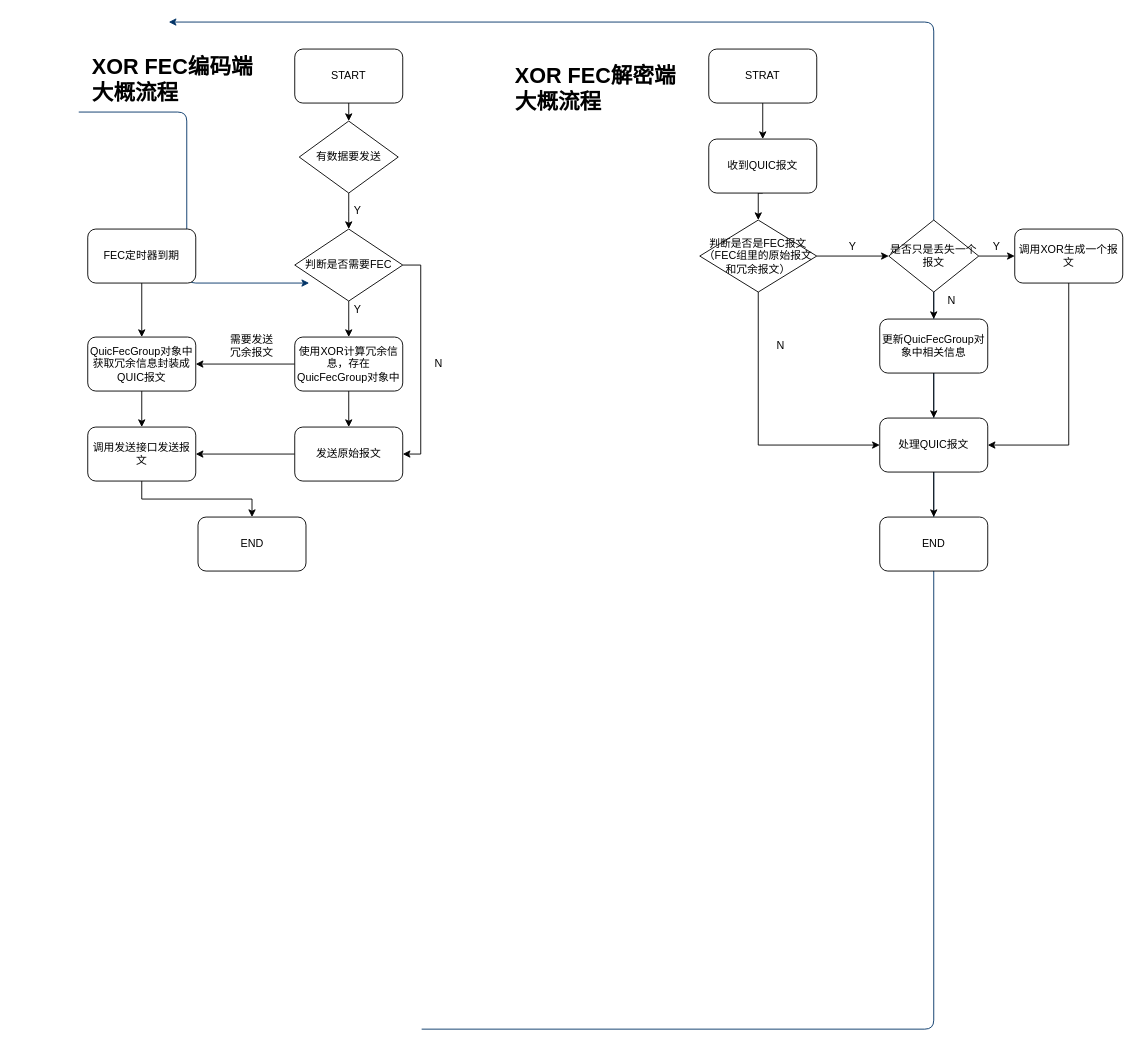
Earlier version of the draw.io diagram Untitled Diagram.drawio (chenjianjian/C-). Source tidied: cells renumbered, new cells numbered last; positions are measured from the earlier drawing's top-left corner, leaving out a move shared by most shapes. Both pictures are drawn from the tidied source at 90%, with x=0, y=0 at pixel (78, 22).
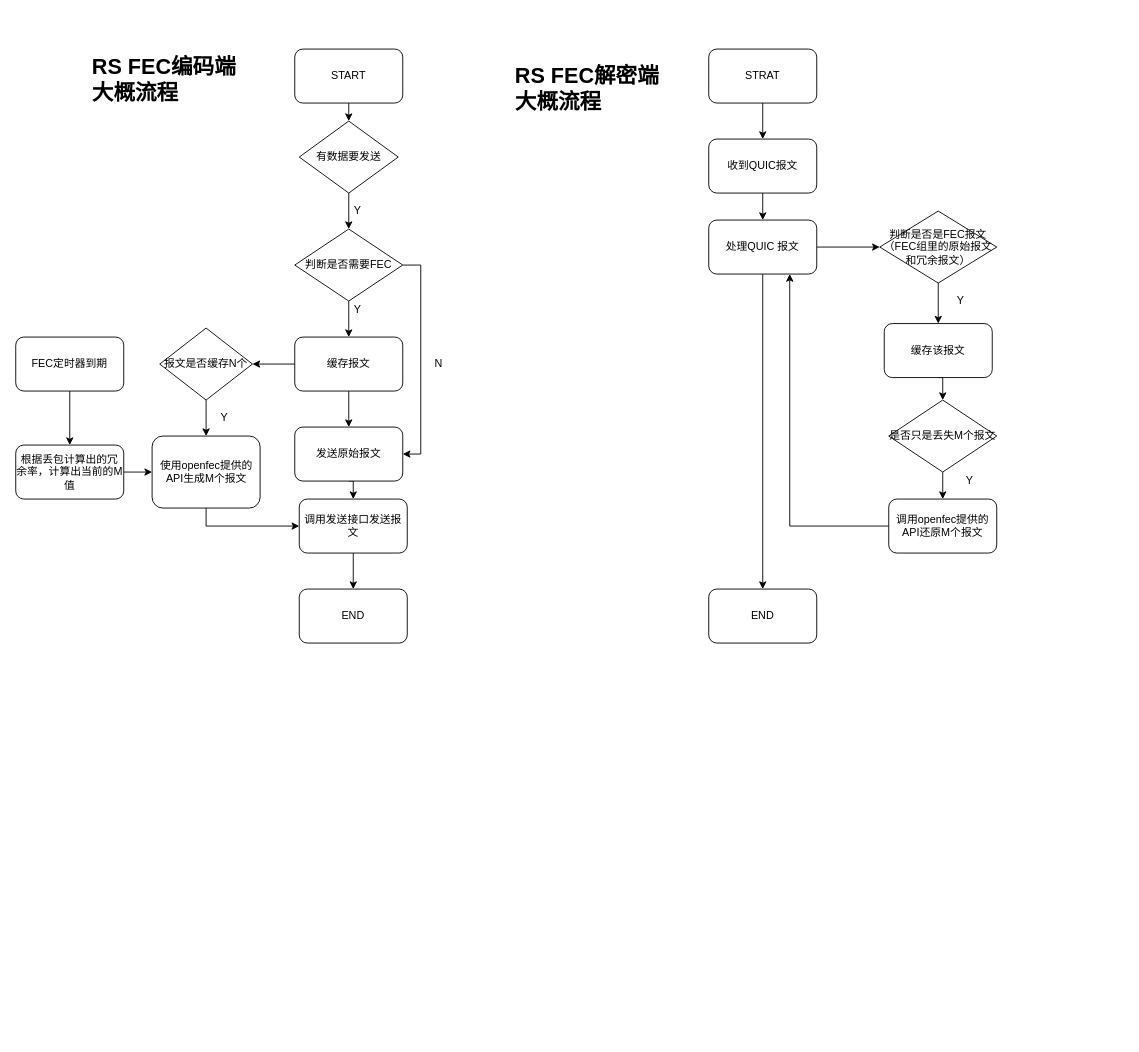
The same diagram, later.

Unchanged cells that the change refers to:
```xml
<mxCell id="17" value="发送原始报文" style="rounded=1;whiteSpace=wrap;html=1;" parent="1" vertex="1">
  <mxGeometry x="240" y="450" width="120" height="60" as="geometry" />
</mxCell>
<mxCell id="31" value="收到QUIC报文" style="rounded=1;whiteSpace=wrap;html=1;" parent="1" vertex="1">
  <mxGeometry x="700" y="130" width="120" height="60" as="geometry" />
</mxCell>
```

Diff of the diagram source:
```diff
@@
-    <mxCell id="2" style="edgeStyle=elbowEdgeStyle;elbow=horizontal;exitX=1;exitY=0.5;exitPerimeter=0;entryX=0.905;entryY=0.5;entryPerimeter=0;fontColor=#001933;fontStyle=1;strokeColor=#003366;strokeWidth=1;html=1;" parent="1" edge="1">
-      <mxGeometry as="geometry">
-        <mxPoint x="381" y="1119" as="sourcePoint" />
-        <mxPoint x="100" as="targetPoint" />
-        <Array as="points">
-          <mxPoint x="950" y="1320" />
-        </Array>
-      </mxGeometry>
-    </mxCell>
-    <mxCell id="3" style="edgeStyle=elbowEdgeStyle;elbow=horizontal;exitX=0;exitY=0.5;exitPerimeter=0;entryX=0.095;entryY=0.5;entryPerimeter=0;fontColor=#001933;fontStyle=1;strokeColor=#003366;strokeWidth=1;html=1;" parent="1" edge="1">
-      <mxGeometry as="geometry">
-        <mxPoint y="100" as="sourcePoint" />
-        <mxPoint x="256" y="290" as="targetPoint" />
-        <Array as="points">
-          <mxPoint x="120" y="970" />
-        </Array>
-      </mxGeometry>
-    </mxCell>
@@
-    <mxCell id="13" style="edgeStyle=orthogonalEdgeStyle;rounded=0;jettySize=auto;html=1;exitX=0;exitY=0.5;exitDx=0;exitDy=0;entryX=1;entryY=0.5;entryDx=0;entryDy=0;" parent="1" edge="1" source="14" target="22">
-      <mxGeometry relative="1" as="geometry" />
-    </mxCell>
+    <mxCell id="50" style="edgeStyle=orthogonalEdgeStyle;rounded=0;jettySize=auto;html=1;exitX=0;exitY=0.5;exitDx=0;exitDy=0;" parent="1" edge="1" source="14" target="57">
+      <mxGeometry relative="1" as="geometry" />
+    </mxCell>
-    <mxCell id="14" value="使用XOR计算冗余信息，存在QuicFecGroup对象中" style="rounded=1;whiteSpace=wrap;html=1;" parent="1" vertex="1">
+    <mxCell id="14" value="缓存报文" style="rounded=1;whiteSpace=wrap;html=1;" parent="1" vertex="1">
       <mxGeometry x="240" y="350" width="120" height="60" as="geometry" />
     </mxCell>
@@
-    <mxCell id="16" style="edgeStyle=orthogonalEdgeStyle;rounded=0;jettySize=auto;html=1;exitX=0;exitY=0.5;exitDx=0;exitDy=0;entryX=1;entryY=0.5;entryDx=0;entryDy=0;" parent="1" edge="1" source="17" target="25">
+    <mxCell id="16" style="edgeStyle=orthogonalEdgeStyle;rounded=0;jettySize=auto;html=1;exitX=0.5;exitY=1;exitDx=0;exitDy=0;entryX=0.5;entryY=0;entryDx=0;entryDy=0;" parent="1" edge="1" source="17" target="25">
       <mxGeometry relative="1" as="geometry" />
     </mxCell>
@@
-    <mxCell id="19" style="edgeStyle=orthogonalEdgeStyle;rounded=0;jettySize=auto;html=1;exitX=0.5;exitY=1;exitDx=0;exitDy=0;entryX=0.5;entryY=0;entryDx=0;entryDy=0;" parent="1" edge="1" source="20" target="22">
-      <mxGeometry relative="1" as="geometry" />
-    </mxCell>
+    <mxCell id="51" style="edgeStyle=orthogonalEdgeStyle;rounded=0;jettySize=auto;html=1;exitX=0.5;exitY=1;exitDx=0;exitDy=0;entryX=0.5;entryY=0;entryDx=0;entryDy=0;" parent="1" edge="1" source="20" target="60">
+      <mxGeometry relative="1" as="geometry" />
+    </mxCell>
     <mxCell id="20" value="FEC定时器到期" style="rounded=1;whiteSpace=wrap;html=1;" parent="1" vertex="1">
-      <mxGeometry x="10" y="230" width="120" height="60" as="geometry" />
+      <mxGeometry x="-70" y="350" width="120" height="60" as="geometry" />
     </mxCell>
-    <mxCell id="21" style="edgeStyle=orthogonalEdgeStyle;rounded=0;jettySize=auto;html=1;exitX=0.5;exitY=1;exitDx=0;exitDy=0;" parent="1" edge="1" source="22" target="25">
+    <mxCell id="21" style="edgeStyle=orthogonalEdgeStyle;rounded=0;jettySize=auto;html=1;exitX=0.5;exitY=1;exitDx=0;exitDy=0;entryX=0;entryY=0.5;entryDx=0;entryDy=0;" parent="1" edge="1" source="22" target="25">
       <mxGeometry relative="1" as="geometry" />
     </mxCell>
-    <mxCell id="22" value="QuicFecGroup对象中获取冗余信息封装成QUIC报文" style="rounded=1;whiteSpace=wrap;html=1;" parent="1" vertex="1">
-      <mxGeometry x="10" y="350" width="120" height="60" as="geometry" />
+    <mxCell id="22" value="使用openfec提供的API生成M个报文" style="rounded=1;whiteSpace=wrap;html=1;" parent="1" vertex="1">
+      <mxGeometry x="81.5" y="460" width="120" height="80" as="geometry" />
     </mxCell>
-    <mxCell id="23" value="需要发送冗余报文" style="text;html=1;strokeColor=none;fillColor=none;align=center;verticalAlign=middle;whiteSpace=wrap;rounded=0;" parent="1" vertex="1">
-      <mxGeometry x="165" y="350" width="55" height="20" as="geometry" />
-    </mxCell>
-    <mxCell id="24" style="edgeStyle=orthogonalEdgeStyle;rounded=0;jettySize=auto;html=1;exitX=0.5;exitY=1;exitDx=0;exitDy=0;" parent="1" edge="1" source="25" target="26">
+    <mxCell id="24" style="edgeStyle=orthogonalEdgeStyle;rounded=0;jettySize=auto;html=1;exitX=0.5;exitY=1;exitDx=0;exitDy=0;entryX=0.5;entryY=0;entryDx=0;entryDy=0;" parent="1" edge="1" source="25" target="26">
       <mxGeometry relative="1" as="geometry" />
     </mxCell>
     <mxCell id="25" value="调用发送接口发送报文" style="rounded=1;whiteSpace=wrap;html=1;" parent="1" vertex="1">
-      <mxGeometry x="10" y="450" width="120" height="60" as="geometry" />
+      <mxGeometry x="245" y="530" width="120" height="60" as="geometry" />
     </mxCell>
     <mxCell id="26" value="END" style="rounded=1;whiteSpace=wrap;html=1;" parent="1" vertex="1">
-      <mxGeometry x="132.5" y="550" width="120" height="60" as="geometry" />
+      <mxGeometry x="245" y="630" width="120" height="60" as="geometry" />
     </mxCell>
@@
-    <mxCell id="29" value="&lt;h1&gt;XOR FEC编码端大概流程&lt;/h1&gt;" style="text;html=1;strokeColor=none;fillColor=none;spacing=5;spacingTop=-20;whiteSpace=wrap;overflow=hidden;rounded=0;" parent="1" vertex="1">
+    <mxCell id="29" value="&lt;h1&gt;RS FEC编码端大概流程&lt;/h1&gt;" style="text;html=1;strokeColor=none;fillColor=none;spacing=5;spacingTop=-20;whiteSpace=wrap;overflow=hidden;rounded=0;" parent="1" vertex="1">
       <mxGeometry x="10" y="30" width="190" height="120" as="geometry" />
     </mxCell>
-    <mxCell id="30" style="edgeStyle=orthogonalEdgeStyle;rounded=0;jettySize=auto;html=1;exitX=0.5;exitY=1;exitDx=0;exitDy=0;entryX=0.5;entryY=0;entryDx=0;entryDy=0;" parent="1" edge="1" source="31" target="34">
-      <mxGeometry relative="1" as="geometry" />
-    </mxCell>
+    <mxCell id="52" style="edgeStyle=orthogonalEdgeStyle;rounded=0;jettySize=auto;html=1;exitX=0.5;exitY=1;exitDx=0;exitDy=0;entryX=0.5;entryY=0;entryDx=0;entryDy=0;" parent="1" edge="1" source="31" target="63">
+      <mxGeometry relative="1" as="geometry" />
+    </mxCell>
@@
-    <mxCell id="32" style="edgeStyle=orthogonalEdgeStyle;rounded=0;jettySize=auto;html=1;exitX=1;exitY=0.5;exitDx=0;exitDy=0;entryX=0;entryY=0.5;entryDx=0;entryDy=0;" parent="1" edge="1" source="34" target="39">
-      <mxGeometry relative="1" as="geometry" />
-    </mxCell>
-    <mxCell id="33" style="edgeStyle=orthogonalEdgeStyle;rounded=0;jettySize=auto;html=1;exitX=0.5;exitY=1;exitDx=0;exitDy=0;entryX=0;entryY=0.5;entryDx=0;entryDy=0;" parent="1" edge="1" source="34" target="36">
-      <mxGeometry relative="1" as="geometry" />
-    </mxCell>
+    <mxCell id="53" style="edgeStyle=orthogonalEdgeStyle;rounded=0;jettySize=auto;html=1;exitX=0.5;exitY=1;exitDx=0;exitDy=0;" parent="1" edge="1" source="34" target="43">
+      <mxGeometry relative="1" as="geometry" />
+    </mxCell>
     <mxCell id="34" value="判断是否是FEC报文（FEC组里的原始报文和冗余报文）" style="rhombus;whiteSpace=wrap;html=1;" parent="1" vertex="1">
-      <mxGeometry x="690" y="220" width="130" height="80" as="geometry" />
+      <mxGeometry x="890" y="210" width="130" height="80" as="geometry" />
     </mxCell>
-    <mxCell id="35" style="edgeStyle=orthogonalEdgeStyle;rounded=0;jettySize=auto;html=1;exitX=0.5;exitY=1;exitDx=0;exitDy=0;" parent="1" edge="1" source="36" target="49">
-      <mxGeometry relative="1" as="geometry" />
-    </mxCell>
-    <mxCell id="36" value="处理QUIC报文" style="rounded=1;whiteSpace=wrap;html=1;" parent="1" vertex="1">
-      <mxGeometry x="890" y="440" width="120" height="60" as="geometry" />
-    </mxCell>
-    <mxCell id="37" style="edgeStyle=orthogonalEdgeStyle;rounded=0;jettySize=auto;html=1;exitX=1;exitY=0.5;exitDx=0;exitDy=0;entryX=0;entryY=0.5;entryDx=0;entryDy=0;" parent="1" edge="1" source="39" target="41">
+    <mxCell id="37" style="edgeStyle=orthogonalEdgeStyle;rounded=0;jettySize=auto;html=1;exitX=0.5;exitY=1;exitDx=0;exitDy=0;entryX=0.5;entryY=0;entryDx=0;entryDy=0;" parent="1" edge="1" source="39" target="41">
       <mxGeometry relative="1" as="geometry" />
     </mxCell>
-    <mxCell id="38" style="edgeStyle=orthogonalEdgeStyle;rounded=0;jettySize=auto;html=1;exitX=0.5;exitY=1;exitDx=0;exitDy=0;entryX=0.5;entryY=0;entryDx=0;entryDy=0;" parent="1" edge="1" source="39" target="43">
-      <mxGeometry relative="1" as="geometry" />
-    </mxCell>
-    <mxCell id="39" value="是否只是丢失一个报文" style="rhombus;whiteSpace=wrap;html=1;" parent="1" vertex="1">
-      <mxGeometry x="900" y="220" width="100" height="80" as="geometry" />
+    <mxCell id="39" value="是否只是丢失M个报文" style="rhombus;whiteSpace=wrap;html=1;" parent="1" vertex="1">
+      <mxGeometry x="900" y="420" width="120" height="80" as="geometry" />
     </mxCell>
-    <mxCell id="40" style="edgeStyle=orthogonalEdgeStyle;rounded=0;jettySize=auto;html=1;exitX=0.5;exitY=1;exitDx=0;exitDy=0;entryX=1;entryY=0.5;entryDx=0;entryDy=0;" parent="1" edge="1" source="41" target="36">
-      <mxGeometry relative="1" as="geometry" />
-    </mxCell>
+    <mxCell id="54" style="edgeStyle=orthogonalEdgeStyle;rounded=0;jettySize=auto;html=1;exitX=0;exitY=0.5;exitDx=0;exitDy=0;entryX=0.75;entryY=1;entryDx=0;entryDy=0;" parent="1" edge="1" source="41" target="63">
+      <mxGeometry relative="1" as="geometry" />
+    </mxCell>
-    <mxCell id="41" value="调用XOR生成一个报文" style="rounded=1;whiteSpace=wrap;html=1;" parent="1" vertex="1">
-      <mxGeometry x="1040" y="230" width="120" height="60" as="geometry" />
+    <mxCell id="41" value="调用openfec提供的API还原M个报文" style="rounded=1;whiteSpace=wrap;html=1;" parent="1" vertex="1">
+      <mxGeometry x="900" y="530" width="120" height="60" as="geometry" />
     </mxCell>
-    <mxCell id="42" style="edgeStyle=orthogonalEdgeStyle;rounded=0;jettySize=auto;html=1;exitX=0.5;exitY=1;exitDx=0;exitDy=0;entryX=0.5;entryY=0;entryDx=0;entryDy=0;" parent="1" edge="1" source="43" target="36">
-      <mxGeometry relative="1" as="geometry" />
-    </mxCell>
-    <mxCell id="43" value="更新QuicFecGroup对象中相关信息" style="rounded=1;whiteSpace=wrap;html=1;" parent="1" vertex="1">
-      <mxGeometry x="890" y="330" width="120" height="60" as="geometry" />
-    </mxCell>
-    <mxCell id="44" value="Y" style="text;html=1;strokeColor=none;fillColor=none;align=center;verticalAlign=middle;whiteSpace=wrap;rounded=0;" parent="1" vertex="1">
-      <mxGeometry x="1000" y="240" width="40" height="20" as="geometry" />
-    </mxCell>
-    <mxCell id="45" value="N" style="text;html=1;strokeColor=none;fillColor=none;align=center;verticalAlign=middle;whiteSpace=wrap;rounded=0;" parent="1" vertex="1">
-      <mxGeometry x="950" y="300" width="40" height="20" as="geometry" />
-    </mxCell>
-    <mxCell id="46" value="Y" style="text;html=1;strokeColor=none;fillColor=none;align=center;verticalAlign=middle;whiteSpace=wrap;rounded=0;" parent="1" vertex="1">
-      <mxGeometry x="840" y="240" width="40" height="20" as="geometry" />
-    </mxCell>
-    <mxCell id="47" value="N" style="text;html=1;strokeColor=none;fillColor=none;align=center;verticalAlign=middle;whiteSpace=wrap;rounded=0;" parent="1" vertex="1">
-      <mxGeometry x="760" y="350" width="40" height="20" as="geometry" />
-    </mxCell>
+    <mxCell id="55" style="edgeStyle=orthogonalEdgeStyle;rounded=0;jettySize=auto;html=1;exitX=0.5;exitY=1;exitDx=0;exitDy=0;entryX=0.5;entryY=0;entryDx=0;entryDy=0;" parent="1" edge="1" source="43" target="39">
+      <mxGeometry relative="1" as="geometry" />
+    </mxCell>
-    <mxCell id="48" value="&lt;h1&gt;XOR FEC解密端大概流程&lt;/h1&gt;" style="text;html=1;strokeColor=none;fillColor=none;spacing=5;spacingTop=-20;whiteSpace=wrap;overflow=hidden;rounded=0;" parent="1" vertex="1">
+    <mxCell id="48" value="&lt;h1&gt;RS FEC解密端大概流程&lt;/h1&gt;" style="text;html=1;strokeColor=none;fillColor=none;spacing=5;spacingTop=-20;whiteSpace=wrap;overflow=hidden;rounded=0;" parent="1" vertex="1">
       <mxGeometry x="480" y="40" width="190" height="120" as="geometry" />
     </mxCell>
     <mxCell id="49" value="END" style="rounded=1;whiteSpace=wrap;html=1;" parent="1" vertex="1">
-      <mxGeometry x="890" y="550" width="120" height="60" as="geometry" />
+      <mxGeometry x="700" y="630" width="120" height="60" as="geometry" />
     </mxCell>
+    <mxCell id="56" style="edgeStyle=orthogonalEdgeStyle;rounded=0;jettySize=auto;html=1;exitX=0.5;exitY=1;exitDx=0;exitDy=0;entryX=0.5;entryY=0;entryDx=0;entryDy=0;" parent="1" edge="1" source="57" target="22">
+      <mxGeometry relative="1" as="geometry" />
+    </mxCell>
+    <mxCell id="57" value="报文是否缓存N个" style="rhombus;whiteSpace=wrap;html=1;" parent="1" vertex="1">
+      <mxGeometry x="90" y="340" width="103" height="80" as="geometry" />
+    </mxCell>
+    <mxCell id="58" value="Y" style="text;html=1;strokeColor=none;fillColor=none;align=center;verticalAlign=middle;whiteSpace=wrap;rounded=0;" parent="1" vertex="1">
+      <mxGeometry x="141.5" y="430" width="40" height="20" as="geometry" />
+    </mxCell>
+    <mxCell id="59" style="edgeStyle=orthogonalEdgeStyle;rounded=0;jettySize=auto;html=1;exitX=1;exitY=0.5;exitDx=0;exitDy=0;entryX=0;entryY=0.5;entryDx=0;entryDy=0;" parent="1" edge="1" source="60" target="22">
+      <mxGeometry relative="1" as="geometry" />
+    </mxCell>
+    <mxCell id="60" value="根据丢包计算出的冗余率，计算出当前的M值" style="rounded=1;whiteSpace=wrap;html=1;" parent="1" vertex="1">
+      <mxGeometry x="-70" y="470" width="120" height="60" as="geometry" />
+    </mxCell>
+    <mxCell id="61" style="edgeStyle=orthogonalEdgeStyle;rounded=0;jettySize=auto;html=1;exitX=1;exitY=0.5;exitDx=0;exitDy=0;entryX=0;entryY=0.5;entryDx=0;entryDy=0;" parent="1" edge="1" source="63" target="34">
+      <mxGeometry relative="1" as="geometry" />
+    </mxCell>
+    <mxCell id="62" style="edgeStyle=orthogonalEdgeStyle;rounded=0;jettySize=auto;html=1;exitX=0.5;exitY=1;exitDx=0;exitDy=0;" parent="1" edge="1" source="63" target="49">
+      <mxGeometry relative="1" as="geometry" />
+    </mxCell>
+    <mxCell id="63" value="处理QUIC 报文" style="rounded=1;whiteSpace=wrap;html=1;" parent="1" vertex="1">
+      <mxGeometry x="700" y="220" width="120" height="60" as="geometry" />
+    </mxCell>
+    <mxCell id="43" value="缓存该报文" style="rounded=1;whiteSpace=wrap;html=1;" parent="1" vertex="1">
+      <mxGeometry x="895" y="335" width="120" height="60" as="geometry" />
+    </mxCell>
+    <mxCell id="64" value="Y" style="text;html=1;strokeColor=none;fillColor=none;align=center;verticalAlign=middle;whiteSpace=wrap;rounded=0;" parent="1" vertex="1">
+      <mxGeometry x="960" y="300" width="40" height="20" as="geometry" />
+    </mxCell>
+    <mxCell id="65" value="Y" style="text;html=1;strokeColor=none;fillColor=none;align=center;verticalAlign=middle;whiteSpace=wrap;rounded=0;" parent="1" vertex="1">
+      <mxGeometry x="970" y="500" width="40" height="20" as="geometry" />
+    </mxCell>
```
